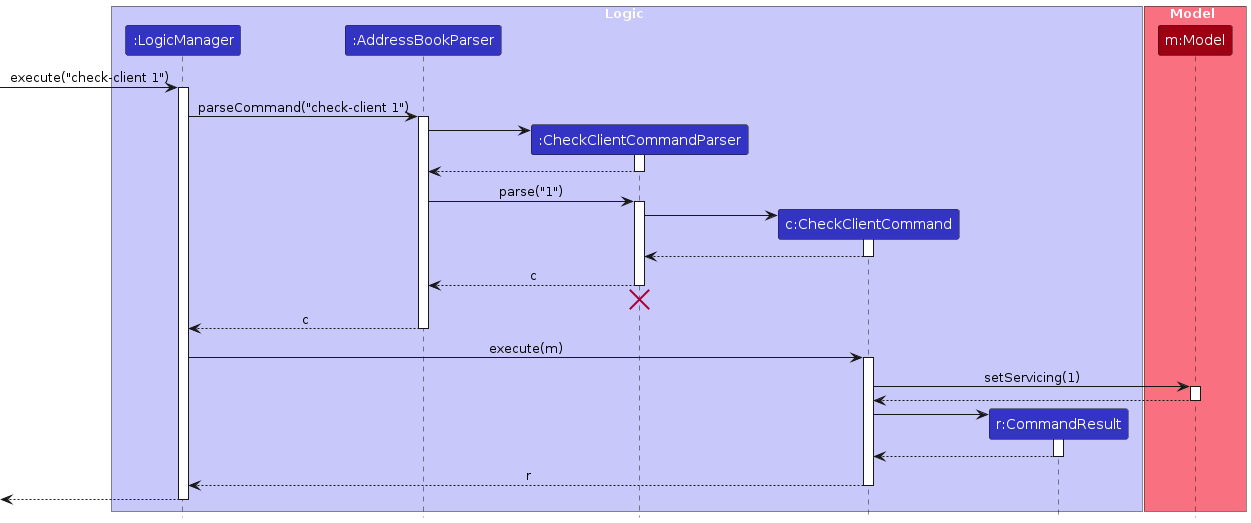
Above: diagrams/CheckClientSequenceDiagram.png in AY2425S1-CS2103T-T14-3/tp (PlantUML), before the change. Its source is kept beside it as diagrams/CheckClientSequenceDiagram.puml.
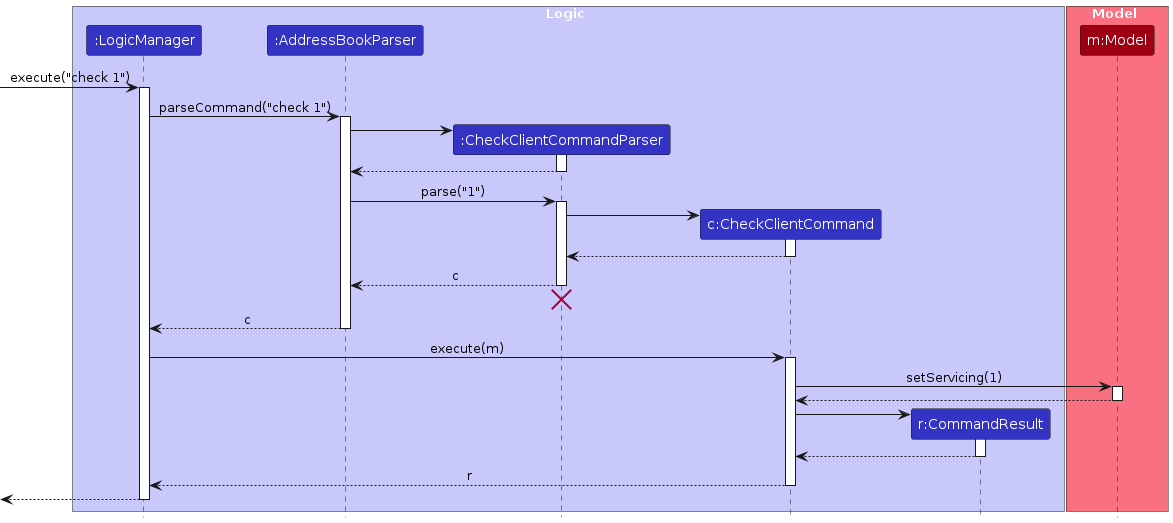
After the commit.

Change to the diagram source:
```diff
@@ -14,10 +14,10 @@
 participant "m:Model" as Model MODEL_COLOR
 end box
 
-[-> LogicManager : execute("check-client 1")
+[-> LogicManager : execute("check 1")
 activate LogicManager
 
-LogicManager -> AddressBookParser : parseCommand("check-client 1")
+LogicManager -> AddressBookParser : parseCommand("check 1")
 activate AddressBookParser
 
 create CheckClientCommandParser
```
